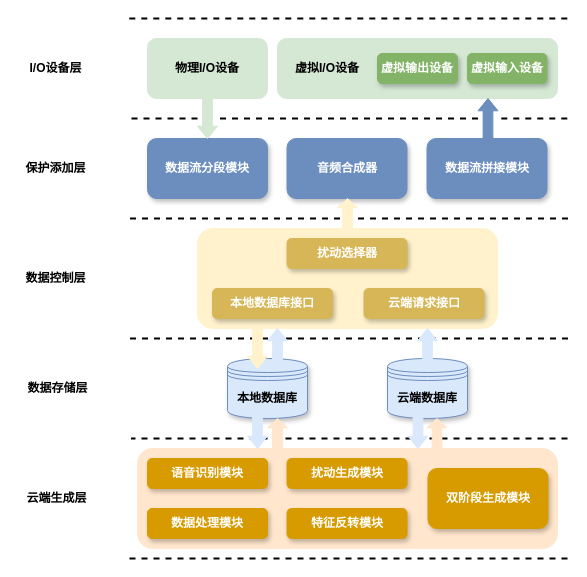
Momoyeyu/Draw.io-Repo keeps this draw.io diagram as 信安作品系统架构图.drawio. Above is the earlier version. Source tidied: cells renumbered, new cells numbered last; positions are measured from the earlier drawing's top-left corner, leaving out a move shared by most shapes. Both pictures are drawn from the tidied source at 100%, with x=0, y=0 at pixel (17, 18).
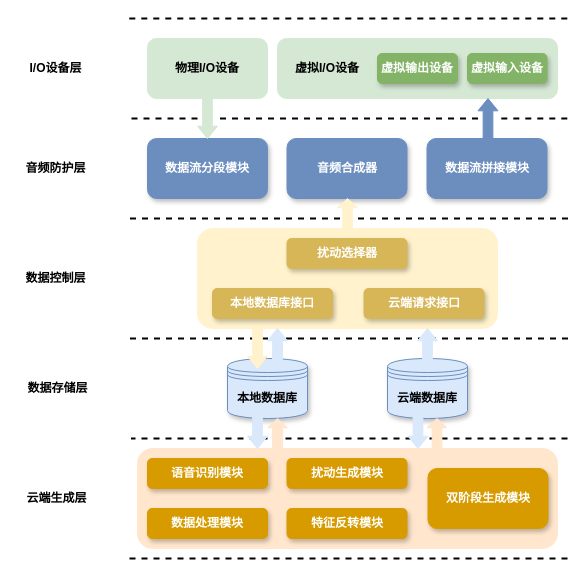
Above is the later version.

Commit message (it also covers changes not shown here):
更新信安作品系统架构图.drawio

Diff of the diagram source:
```diff
@@
-    <mxCell id="14" value="保护添加层" style="text;html=1;align=center;verticalAlign=middle;whiteSpace=wrap;rounded=0;fontStyle=1;" parent="1" vertex="1">
+    <mxCell id="14" value="音频防护层" style="text;html=1;align=center;verticalAlign=middle;whiteSpace=wrap;rounded=0;fontStyle=1;" parent="1" vertex="1">
       <mxGeometry y="130" width="76.5" height="40" as="geometry" />
     </mxCell>
```
